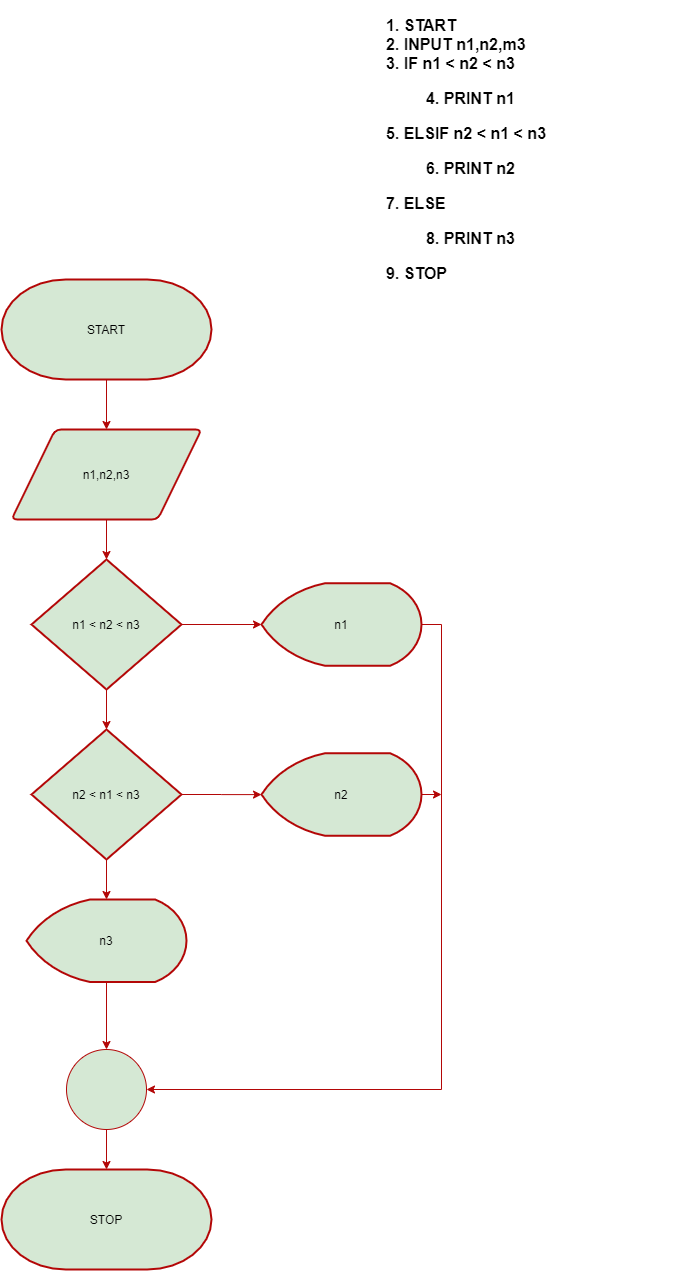
Before: p2.png, a diagram exported from draw.io (sctnightcore/draw_io_for_me). Source tidied: cells renumbered, new cells last; positions are measured from the earlier drawing's top-left corner, leaving out a move shared by most shapes.
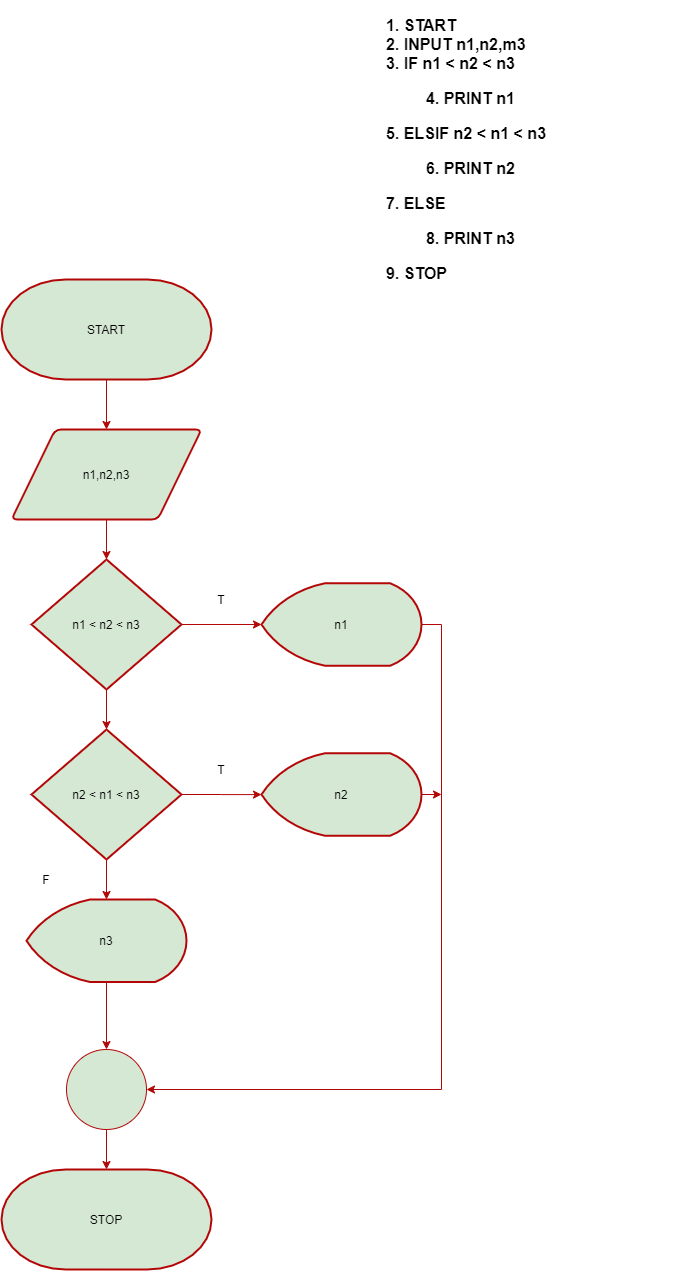
Above is the later version.

Diff of the diagram source:
```diff
@@ -66,5 +66,14 @@
     <mxCell id="21" style="ellipse;whiteSpace=wrap;html=1;fillColor=#d5e8d4;strokeColor=#B30707;" parent="1" vertex="1">
       <mxGeometry x="65" y="1040" width="80" height="80" as="geometry" />
     </mxCell>
+    <mxCell id="22" value="T" style="text;html=1;strokeColor=none;fillColor=none;align=center;verticalAlign=middle;whiteSpace=wrap;rounded=0;" parent="1" vertex="1">
+      <mxGeometry x="200" y="580" width="40" height="20" as="geometry" />
+    </mxCell>
+    <mxCell id="23" value="T" style="text;html=1;strokeColor=none;fillColor=none;align=center;verticalAlign=middle;whiteSpace=wrap;rounded=0;" parent="1" vertex="1">
+      <mxGeometry x="200" y="750" width="40" height="20" as="geometry" />
+    </mxCell>
+    <mxCell id="24" value="F" style="text;html=1;strokeColor=none;fillColor=none;align=center;verticalAlign=middle;whiteSpace=wrap;rounded=0;" parent="1" vertex="1">
+      <mxGeometry x="25" y="860" width="40" height="20" as="geometry" />
+    </mxCell>
   </root>
 </mxGraphModel>
```
